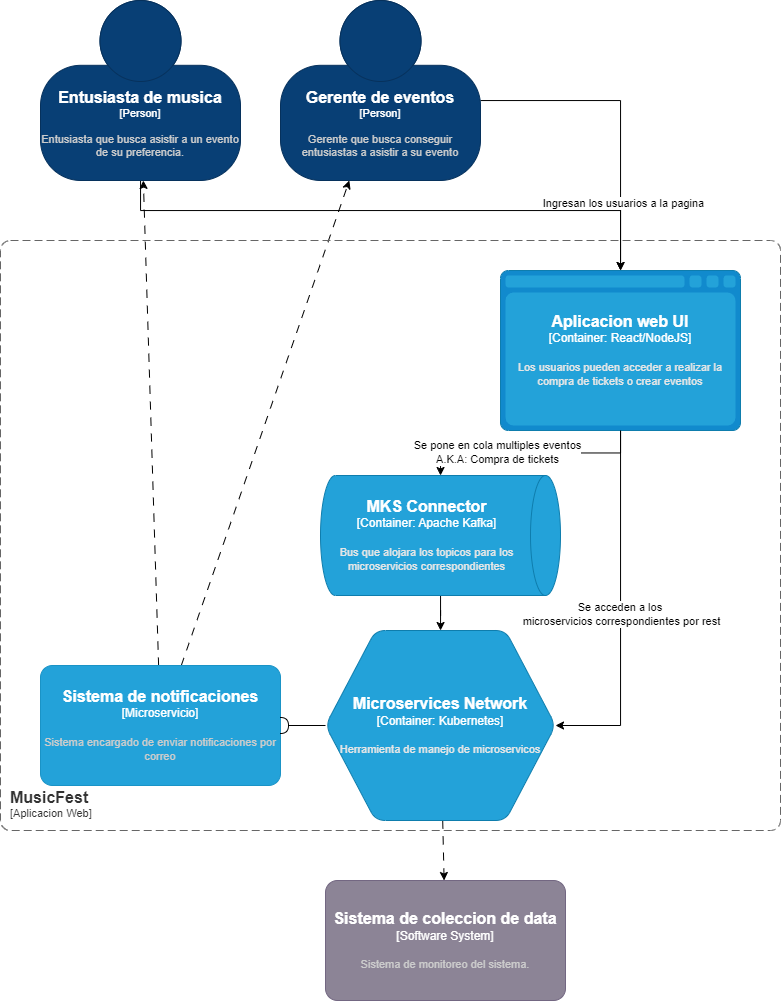
This is s01-Grupo3-MusicFest/Proyecto/Imagenes/Arquitectura-Diagrama de contenedores.drawio.png from ulima-arqui241/grupo03, a draw.io export, as it was before one commit. Source tidied: cells renumbered, new cells last; positions are measured from the earlier drawing's top-left corner, leaving out a move shared by most shapes.
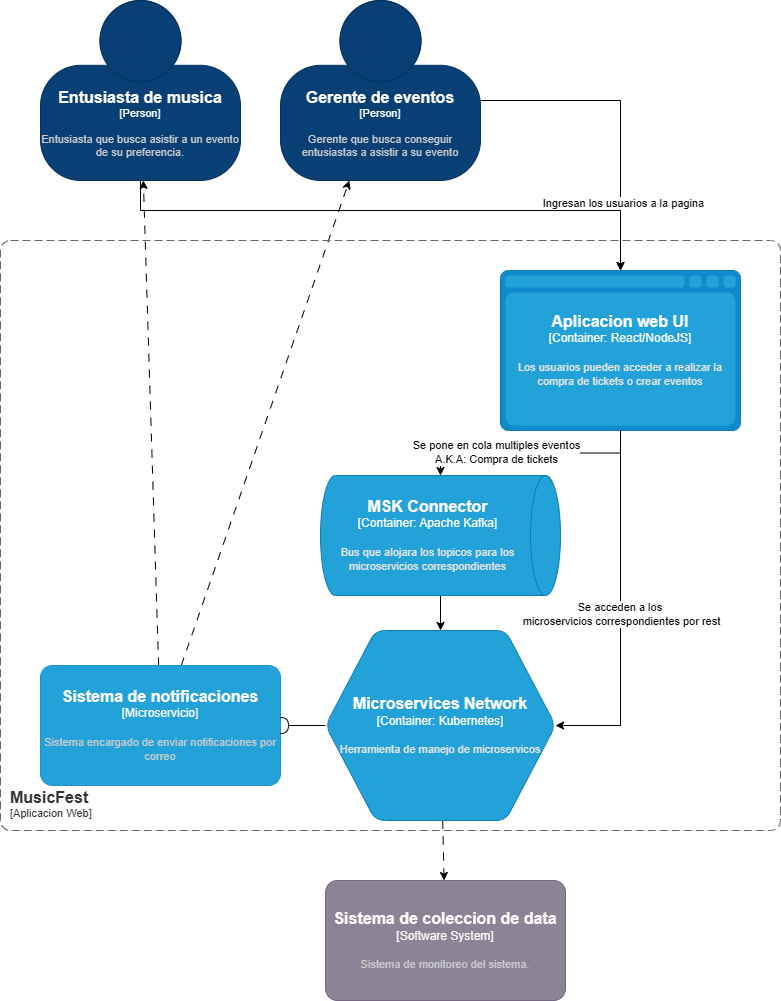
Above is the later version.

Commit message:
Separacion de documentos y explicacion de la arquitectura.

What changed in the source:
```diff
@@ -65,7 +65,7 @@
     <mxCell id="15" style="edgeStyle=orthogonalEdgeStyle;rounded=0;jettySize=auto;html=1;endArrow=classic;endFill=1;" parent="1" edge="1" source="16" target="19">
       <mxGeometry relative="1" as="geometry" />
     </mxCell>
-    <object id="16" label="&lt;font style=&quot;font-size: 16px&quot;&gt;&lt;b&gt;%c4Name%&lt;/b&gt;&lt;/font&gt;&lt;div&gt;[%c4Type%:&amp;nbsp;%c4Technology%]&lt;/div&gt;&lt;br&gt;&lt;div&gt;&lt;font style=&quot;font-size: 11px&quot;&gt;&lt;font color=&quot;#E6E6E6&quot;&gt;%c4Description%&lt;/font&gt;&lt;/div&gt;" c4Description="Bus que alojara los topicos para los microservicios correspondientes" c4Name="MKS Connector" c4Technology="Apache Kafka" c4Type="Container" placeholders="1">
+    <object id="16" label="&lt;font style=&quot;font-size: 16px&quot;&gt;&lt;b&gt;%c4Name%&lt;/b&gt;&lt;/font&gt;&lt;div&gt;[%c4Type%:&amp;nbsp;%c4Technology%]&lt;/div&gt;&lt;br&gt;&lt;div&gt;&lt;font style=&quot;font-size: 11px&quot;&gt;&lt;font color=&quot;#E6E6E6&quot;&gt;%c4Description%&lt;/font&gt;&lt;/div&gt;" c4Description="Bus que alojara los topicos para los microservicios correspondientes" c4Name="MSK Connector" c4Technology="Apache Kafka" c4Type="Container" placeholders="1">
       <mxCell style="shape=cylinder3;size=15;direction=south;whiteSpace=wrap;html=1;boundedLbl=1;rounded=0;labelBackgroundColor=none;fillColor=#23A2D9;fontSize=12;fontColor=#ffffff;align=center;strokeColor=#0E7DAD;points=[[0.5,0,0],[1,0.25,0],[1,0.5,0],[1,0.75,0],[0.5,1,0],[0,0.75,0],[0,0.5,0],[0,0.25,0]];" parent="1" vertex="1">
         <mxGeometry x="320" y="475" width="240" height="120" as="geometry" />
       </mxCell>
```
